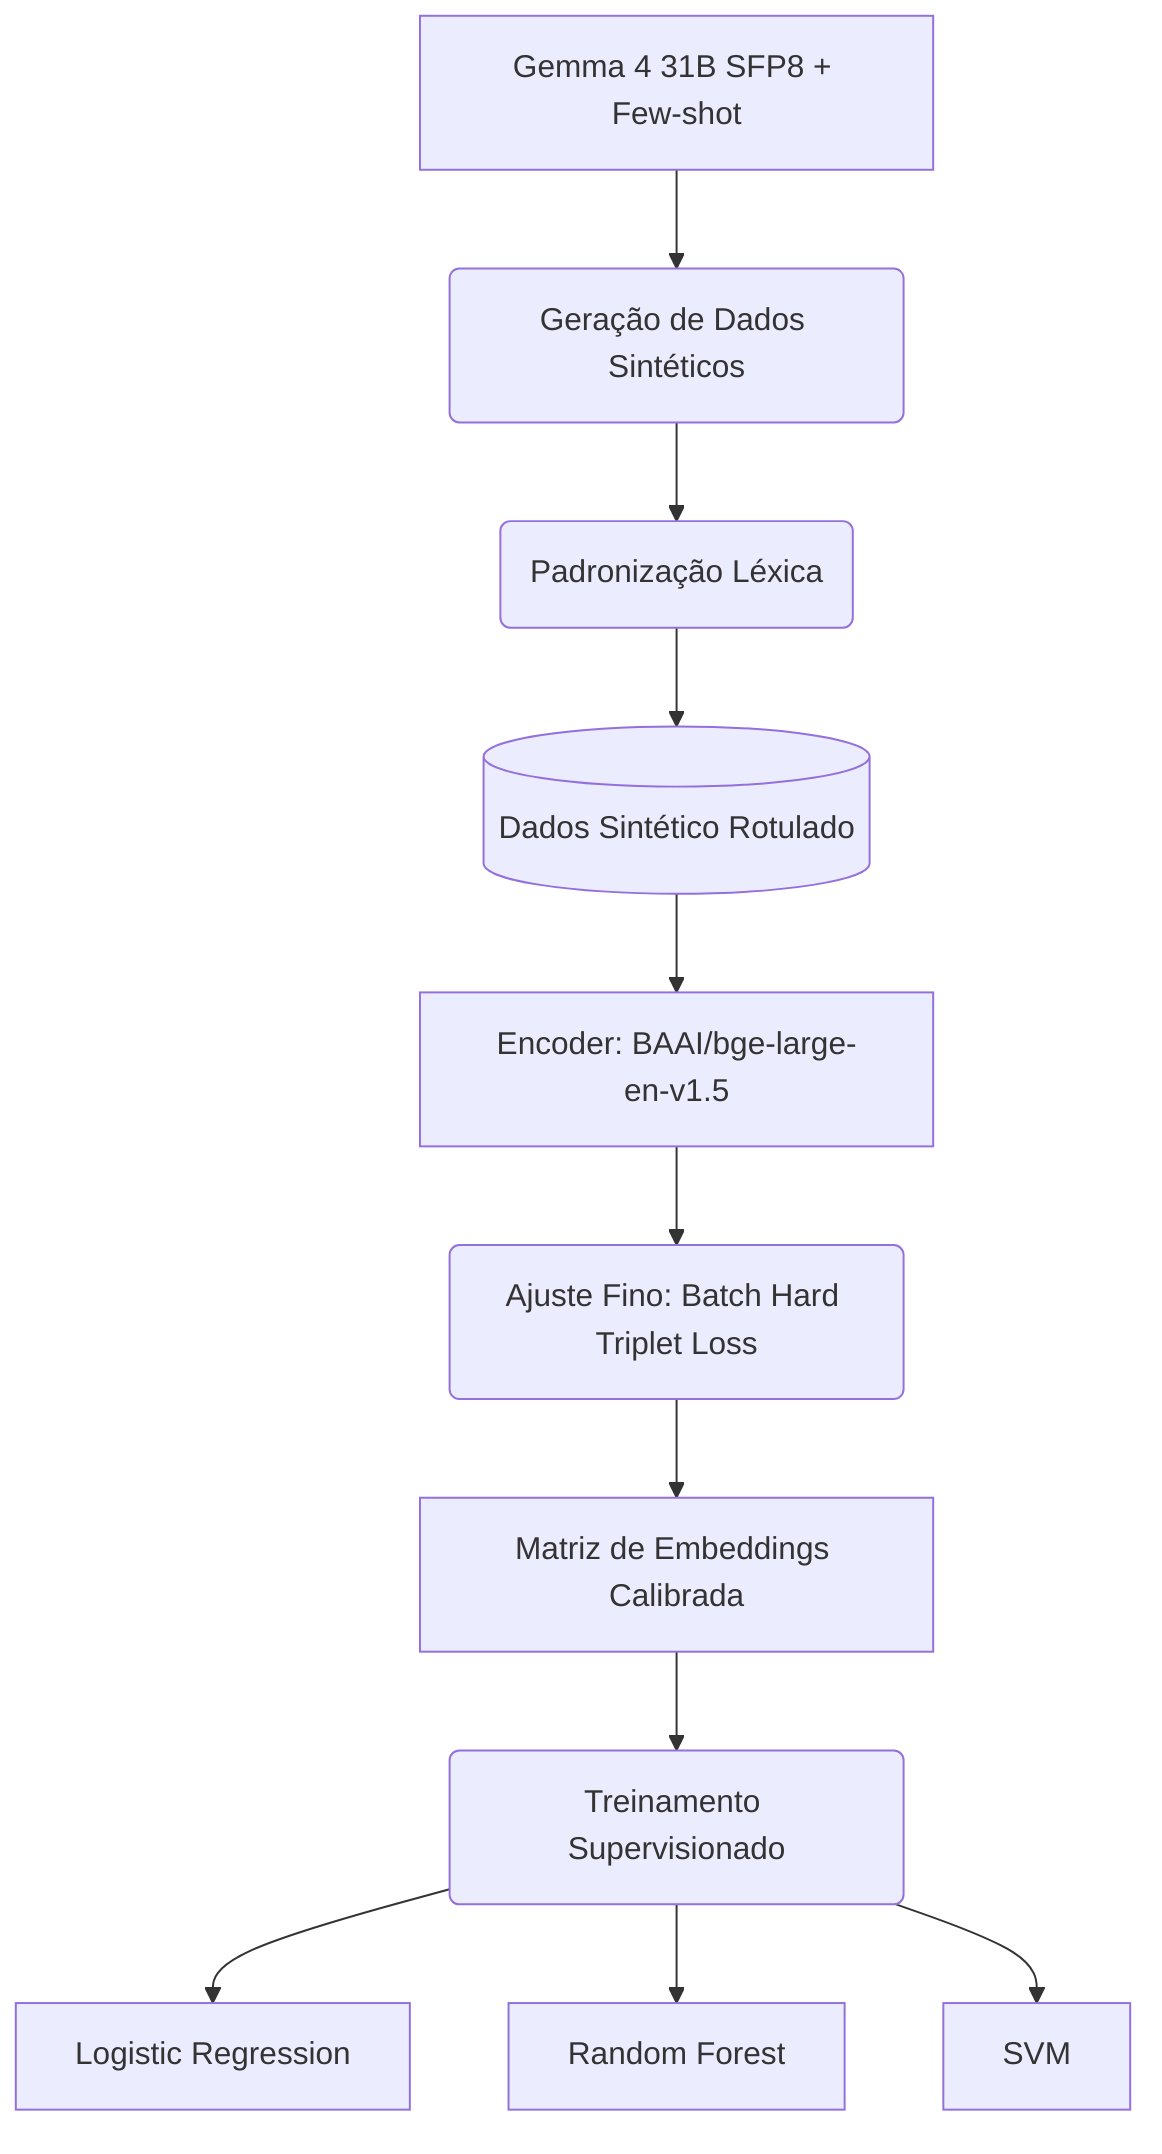
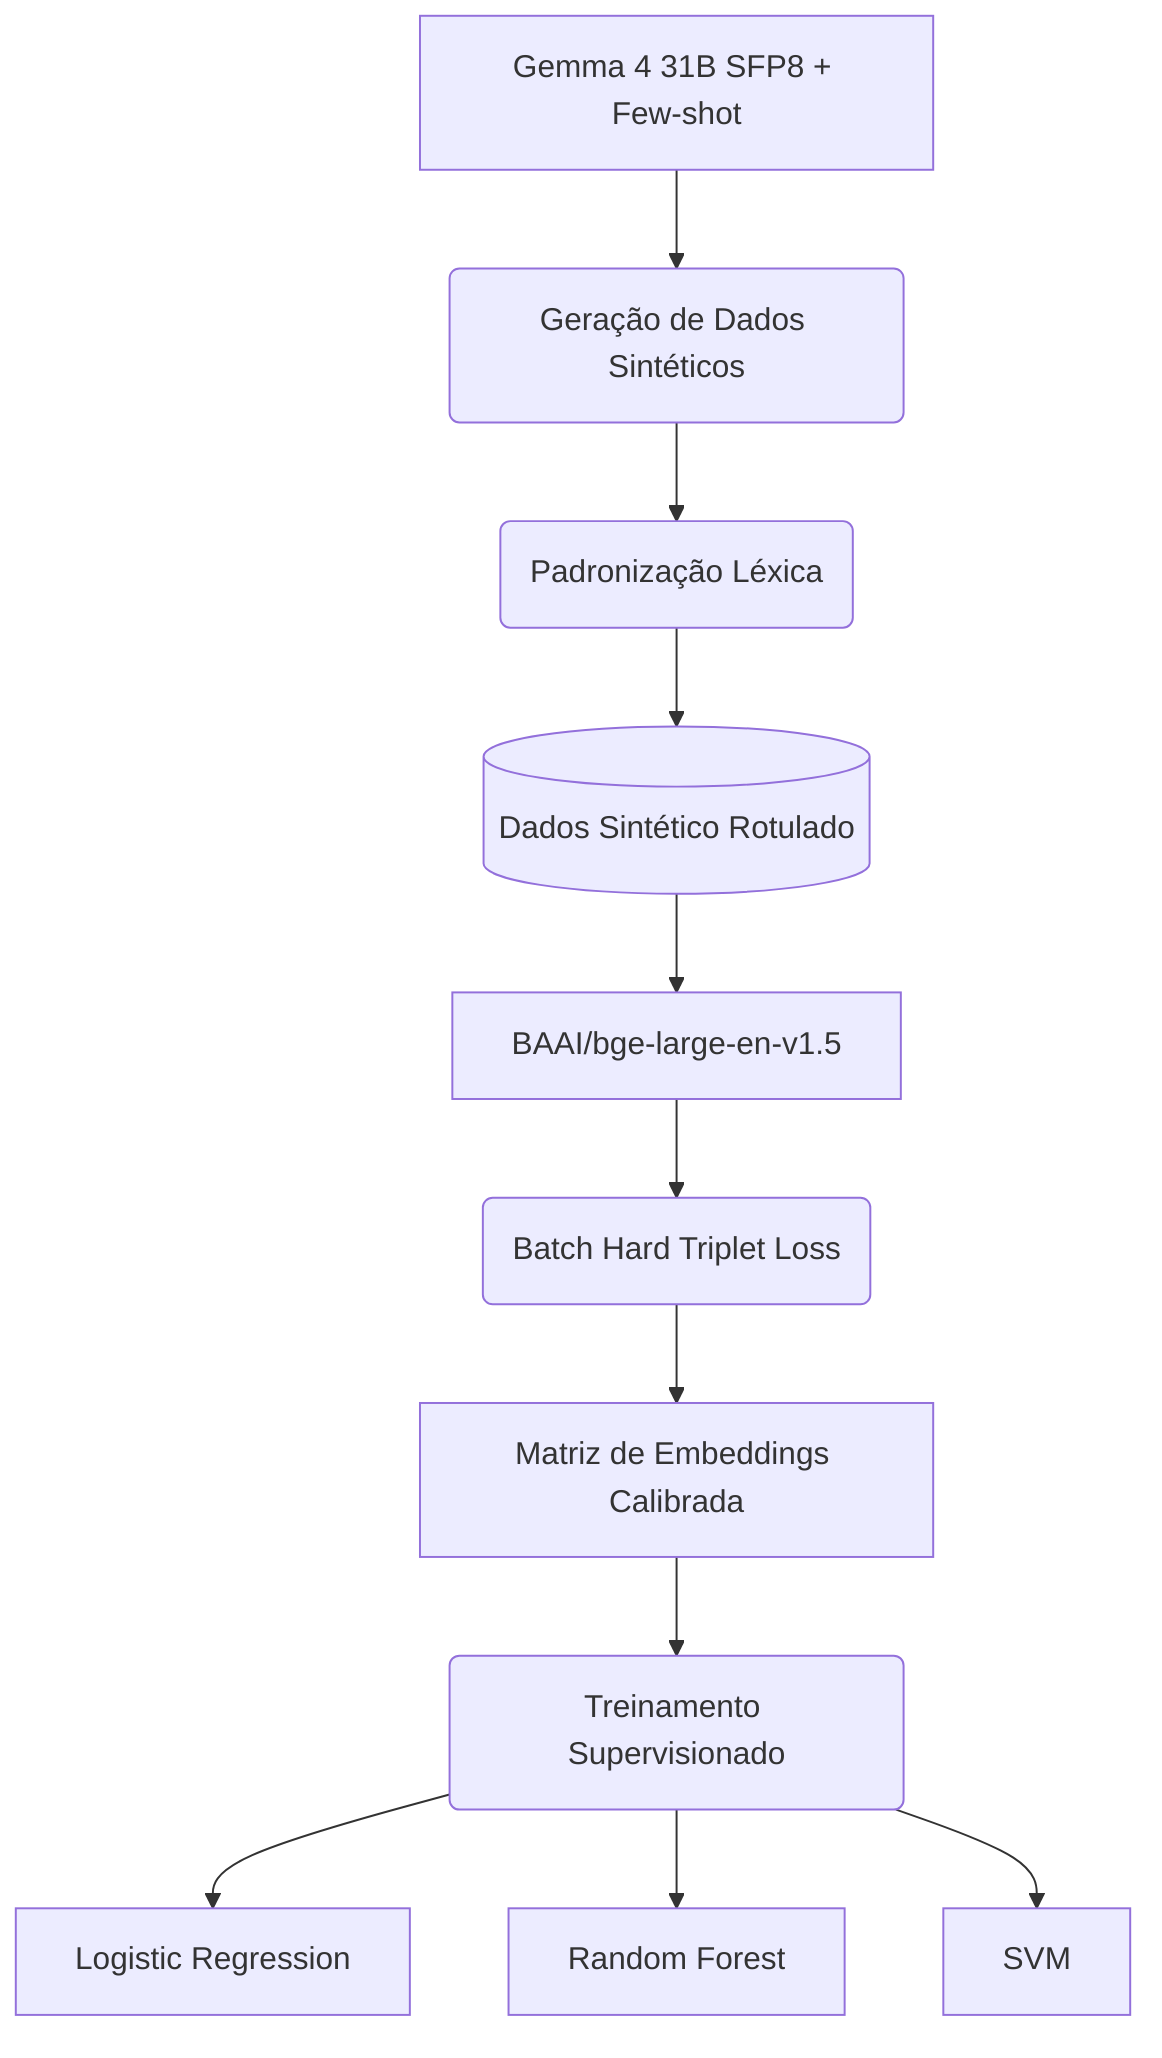
graph TD
    A[Gemma 4 31B SFP8 + Few-shot] --> B(Geração de Dados Sintéticos)
    B --> C(Padronização Léxica)
    C --> D[(Dados Sintético Rotulado)]
-     D --> E[Encoder: BAAI/bge-large-en-v1.5]
-     E --> F(Ajuste Fino: Batch Hard Triplet Loss)
+     D --> E[BAAI/bge-large-en-v1.5]
+     E --> F(Batch Hard Triplet Loss)
    F --> G[Matriz de Embeddings Calibrada]
    G --> H(Treinamento Supervisionado)
    H --> I[Logistic Regression]
    H --> J[Random Forest]
    H --> K[SVM]